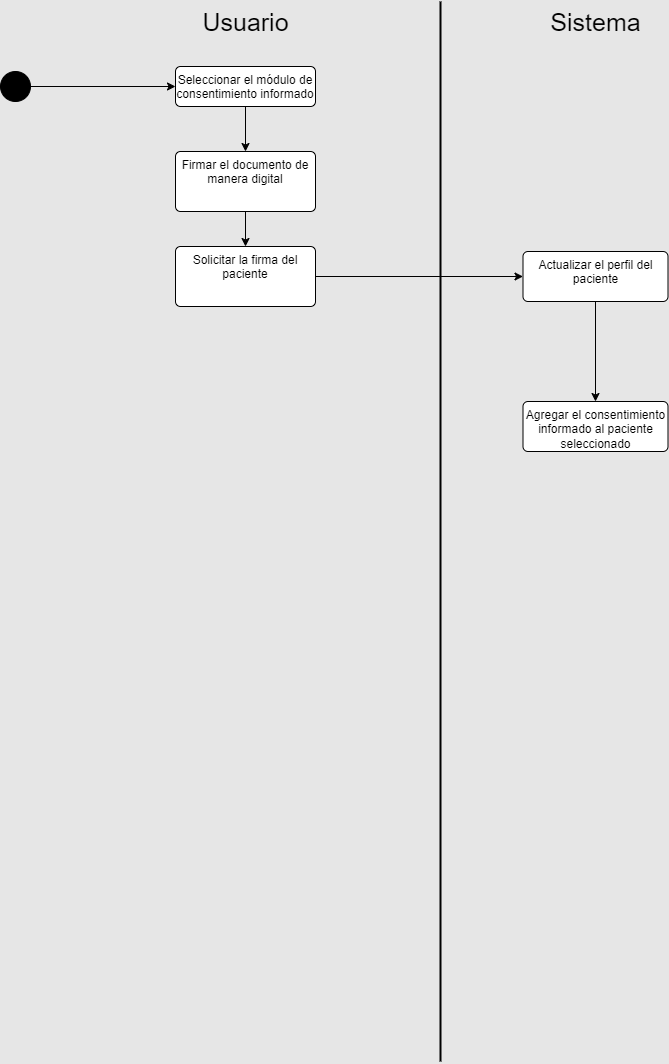
The draw.io diagram Diagrama de actividad/Consentimiento informado.png in CH3MOO/SpecialityX, before a commit. Source tidied: cells renumbered, new cells last; positions are measured from the earlier drawing's top-left corner, leaving out a move shared by most shapes.
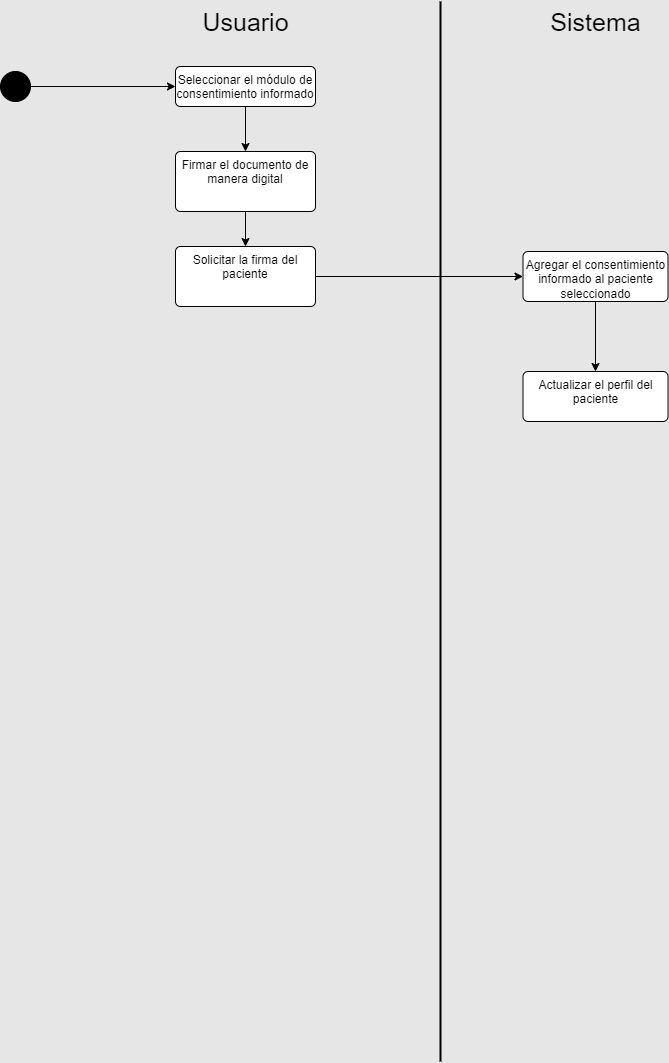
The same file after the commit.

What changed in the source:
```diff
@@ -26,20 +26,20 @@
     <mxCell id="8" value="Seleccionar el módulo de consentimiento informado" style="html=1;align=center;verticalAlign=top;rounded=1;absoluteArcSize=1;arcSize=10;dashed=0;whiteSpace=wrap;" parent="1" vertex="1">
       <mxGeometry x="175" y="65" width="140" height="40" as="geometry" />
     </mxCell>
-    <mxCell id="9" style="edgeStyle=orthogonalEdgeStyle;rounded=0;jettySize=auto;html=1;" parent="1" edge="1" source="10" target="12">
-      <mxGeometry relative="1" as="geometry" />
-    </mxCell>
+    <mxCell id="16" style="edgeStyle=orthogonalEdgeStyle;rounded=0;jettySize=auto;html=1;" parent="1" edge="1" source="10" target="13">
+      <mxGeometry relative="1" as="geometry" />
+    </mxCell>
     <mxCell id="10" value="Solicitar la firma del paciente" style="html=1;align=center;verticalAlign=top;rounded=1;absoluteArcSize=1;arcSize=10;dashed=0;whiteSpace=wrap;" parent="1" vertex="1">
       <mxGeometry x="175" y="245" width="140" height="60" as="geometry" />
     </mxCell>
-    <mxCell id="11" style="edgeStyle=orthogonalEdgeStyle;rounded=0;jettySize=auto;html=1;" parent="1" edge="1" source="12" target="13">
-      <mxGeometry relative="1" as="geometry" />
-    </mxCell>
     <mxCell id="12" value="Actualizar el perfil del paciente" style="html=1;align=center;verticalAlign=top;rounded=1;absoluteArcSize=1;arcSize=10;dashed=0;whiteSpace=wrap;" parent="1" vertex="1">
-      <mxGeometry x="522.5" y="250" width="145" height="50" as="geometry" />
+      <mxGeometry x="522.5" y="370" width="145" height="50" as="geometry" />
     </mxCell>
+    <mxCell id="17" style="edgeStyle=orthogonalEdgeStyle;rounded=0;jettySize=auto;html=1;" parent="1" edge="1" source="13" target="12">
+      <mxGeometry relative="1" as="geometry" />
+    </mxCell>
     <mxCell id="13" value="Agregar el consentimiento informado al paciente seleccionado" style="html=1;align=center;verticalAlign=top;rounded=1;absoluteArcSize=1;arcSize=10;dashed=0;whiteSpace=wrap;" parent="1" vertex="1">
-      <mxGeometry x="522.5" y="400" width="145" height="50" as="geometry" />
+      <mxGeometry x="522.5" y="250" width="145" height="50" as="geometry" />
     </mxCell>
     <mxCell id="14" style="edgeStyle=orthogonalEdgeStyle;rounded=0;jettySize=auto;html=1;" parent="1" edge="1" source="15" target="10">
       <mxGeometry relative="1" as="geometry" />
```
